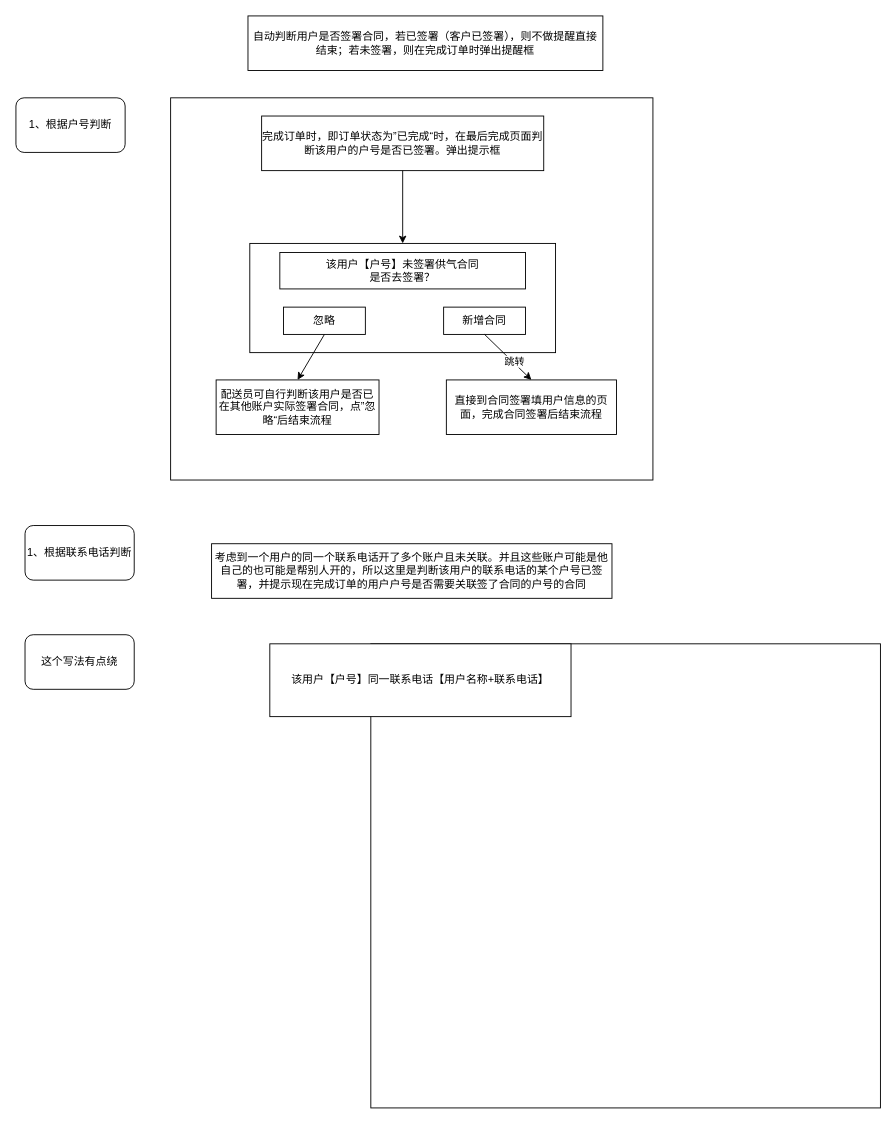
Earlier version of the draw.io diagram 多立恒协议判断逻辑.drawio (YingSi163/Effy). Source tidied: cells renumbered, new cells numbered last; positions are measured from the earlier drawing's top-left corner, leaving out a move shared by most shapes. Both pictures are drawn from the tidied source at 91%, with x=0, y=0 at pixel (15, 15).
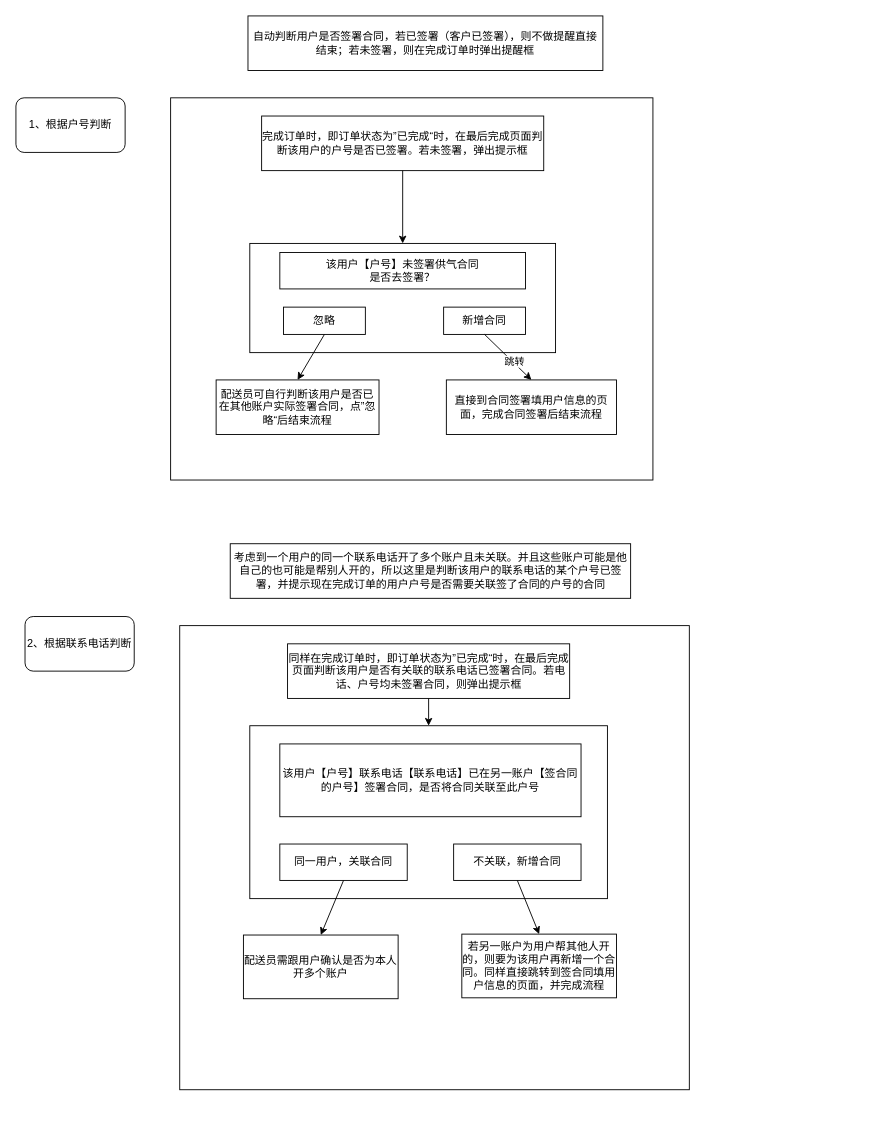
Above is the later version.

Commit message:
更新多立恒协议判断逻辑.drawio

What changed in the source:
```diff
@@
-    <mxCell id="4" value="完成订单时，即订单状态为”已完成“时，在最后完成页面判断该用户的户号是否已签署。弹出提示框" style="rounded=0;whiteSpace=wrap;html=1;" parent="1" vertex="1">
+    <mxCell id="4" value="完成订单时，即订单状态为”已完成“时，在最后完成页面判断该用户的户号是否已签署。若未签署，弹出提示框" style="rounded=0;whiteSpace=wrap;html=1;" parent="1" vertex="1">
       <mxGeometry x="270" y="110" width="310" height="60" as="geometry" />
     </mxCell>
@@
-    <mxCell id="16" value="1、根据联系电话判断" style="rounded=1;whiteSpace=wrap;html=1;" parent="1" vertex="1">
-      <mxGeometry x="10" y="560" width="120" height="60" as="geometry" />
+    <mxCell id="16" value="2、根据联系电话判断" style="rounded=1;whiteSpace=wrap;html=1;" parent="1" vertex="1">
+      <mxGeometry x="10" y="660" width="120" height="60" as="geometry" />
     </mxCell>
     <mxCell id="17" style="rounded=0;whiteSpace=wrap;html=1;" parent="1" vertex="1">
-      <mxGeometry x="390" y="690" width="560" height="510" as="geometry" />
+      <mxGeometry x="180" y="670" width="560" height="510" as="geometry" />
     </mxCell>
     <mxCell id="18" value="考虑到一个用户的同一个联系电话开了多个账户且未关联。并且这些账户可能是他自己的也可能是帮别人开的，所以这里是判断该用户的联系电话的某个户号已签署，并提示现在完成订单的用户户号是否需要关联签了合同的户号的合同" style="rounded=0;whiteSpace=wrap;html=1;" parent="1" vertex="1">
-      <mxGeometry x="215" y="580" width="440" height="60" as="geometry" />
+      <mxGeometry x="235.5" y="580" width="440" height="60" as="geometry" />
     </mxCell>
+    <mxCell id="21" style="rounded=0;whiteSpace=wrap;html=1;" parent="1" vertex="1">
+      <mxGeometry x="257" y="780" width="393" height="190" as="geometry" />
+    </mxCell>
-    <mxCell id="19" value="该用户【户号】同一联系电话【用户名称+联系电话】" style="rounded=0;whiteSpace=wrap;html=1;" parent="1" vertex="1">
-      <mxGeometry x="279" y="690" width="331" height="80" as="geometry" />
+    <mxCell id="19" value="该用户【户号】联系电话【联系电话】已在另一账户【签合同的户号】签署合同，是否将合同关联至此户号" style="rounded=0;whiteSpace=wrap;html=1;" parent="1" vertex="1">
+      <mxGeometry x="290" y="800" width="331" height="80" as="geometry" />
     </mxCell>
-    <mxCell id="20" value="这个写法有点绕" style="rounded=1;whiteSpace=wrap;html=1;" parent="1" vertex="1">
-      <mxGeometry x="10" y="680" width="120" height="60" as="geometry" />
-    </mxCell>
+    <mxCell id="22" value="不关联，新增合同" style="rounded=0;whiteSpace=wrap;html=1;" parent="1" vertex="1">
+      <mxGeometry x="481" y="910" width="140" height="40" as="geometry" />
+    </mxCell>
+    <mxCell id="23" value="同样在完成订单时，即订单状态为”已完成“时，在最后完成页面判断该用户是否有关联的联系电话已签署合同。若电话、户号均未签署合同，则弹出提示框" style="rounded=0;whiteSpace=wrap;html=1;" parent="1" vertex="1">
+      <mxGeometry x="298.5" y="690" width="310" height="60" as="geometry" />
+    </mxCell>
+    <mxCell id="24" style="endArrow=classic;html=1;rounded=0;exitX=0.5;exitY=1;exitDx=0;exitDy=0;entryX=0.5;entryY=0;entryDx=0;entryDy=0;" parent="1" edge="1" source="23" target="21">
+      <mxGeometry relative="1" as="geometry" />
+    </mxCell>
+    <mxCell id="25" value="同一用户，关联合同" style="rounded=0;whiteSpace=wrap;html=1;" parent="1" vertex="1">
+      <mxGeometry x="290" y="910" width="140" height="40" as="geometry" />
+    </mxCell>
+    <mxCell id="26" style="endArrow=classic;html=1;rounded=0;exitX=0.5;exitY=1;exitDx=0;exitDy=0;entryX=0.5;entryY=0;entryDx=0;entryDy=0;" parent="1" edge="1" source="25" target="27">
+      <mxGeometry relative="1" as="geometry" />
+    </mxCell>
+    <mxCell id="27" value="配送员需跟用户确认是否为本人开多个账户" style="rounded=0;whiteSpace=wrap;html=1;" parent="1" vertex="1">
+      <mxGeometry x="250" y="1010" width="170" height="70" as="geometry" />
+    </mxCell>
+    <mxCell id="28" style="endArrow=classic;html=1;rounded=0;exitX=0.5;exitY=1;exitDx=0;exitDy=0;entryX=0.5;entryY=0;entryDx=0;entryDy=0;" parent="1" edge="1" source="22" target="29">
+      <mxGeometry relative="1" as="geometry" />
+    </mxCell>
+    <mxCell id="29" value="若另一账户为用户帮其他人开的，则要为该用户再新增一个合同。同样直接跳转到签合同填用户信息的页面，并完成流程" style="rounded=0;whiteSpace=wrap;html=1;" parent="1" vertex="1">
+      <mxGeometry x="490" y="1009" width="170" height="70" as="geometry" />
+    </mxCell>
```
